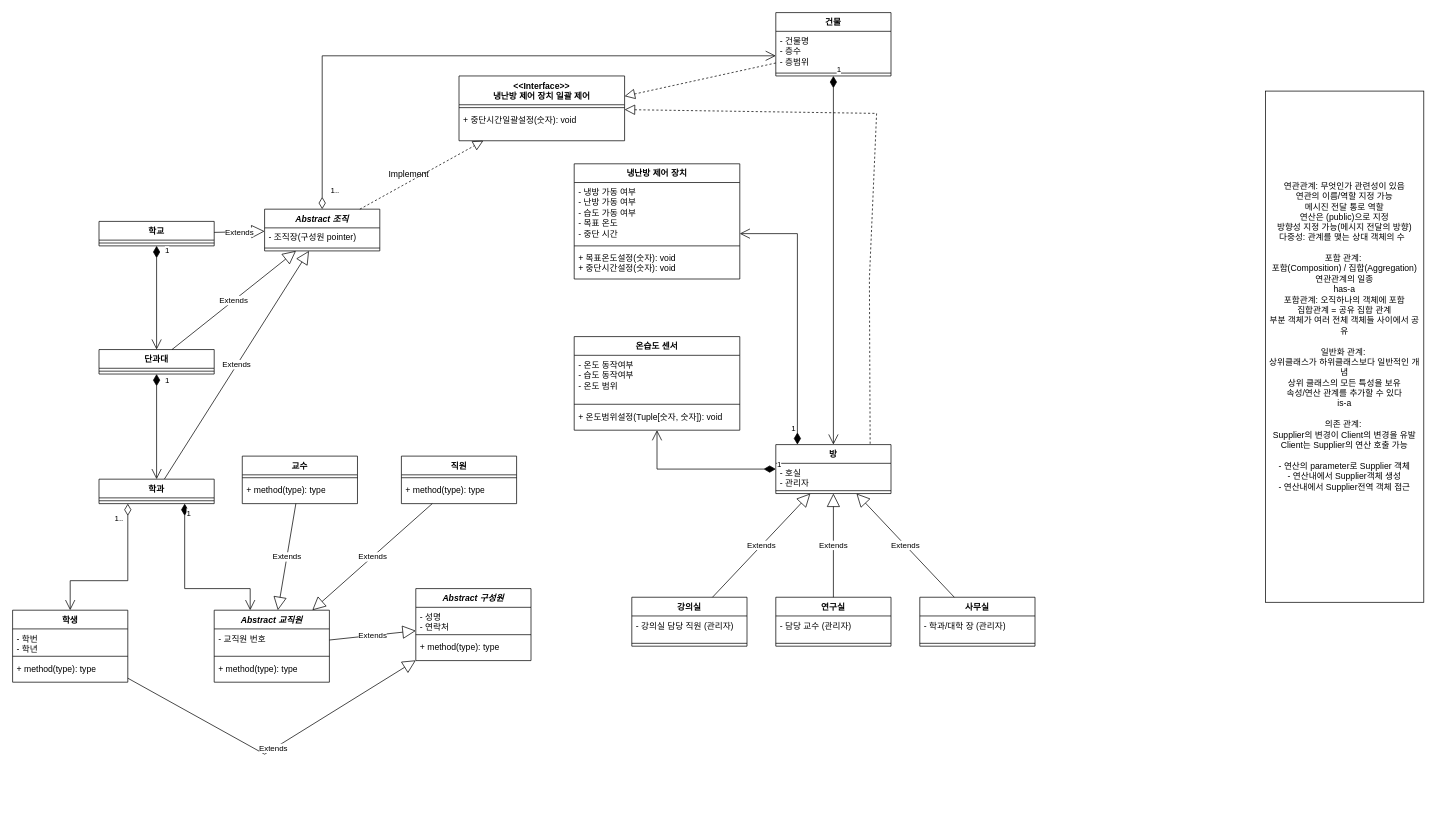
Huch0/draw-io keeps this draw.io diagram as class-diagram.drawio. Above is the earlier version. Source tidied: cells renumbered, new cells numbered last; positions are measured from the earlier drawing's top-left corner, leaving out a move shared by most shapes. Both pictures are drawn from the tidied source at 72%, with x=0, y=0 at pixel (12, 12).
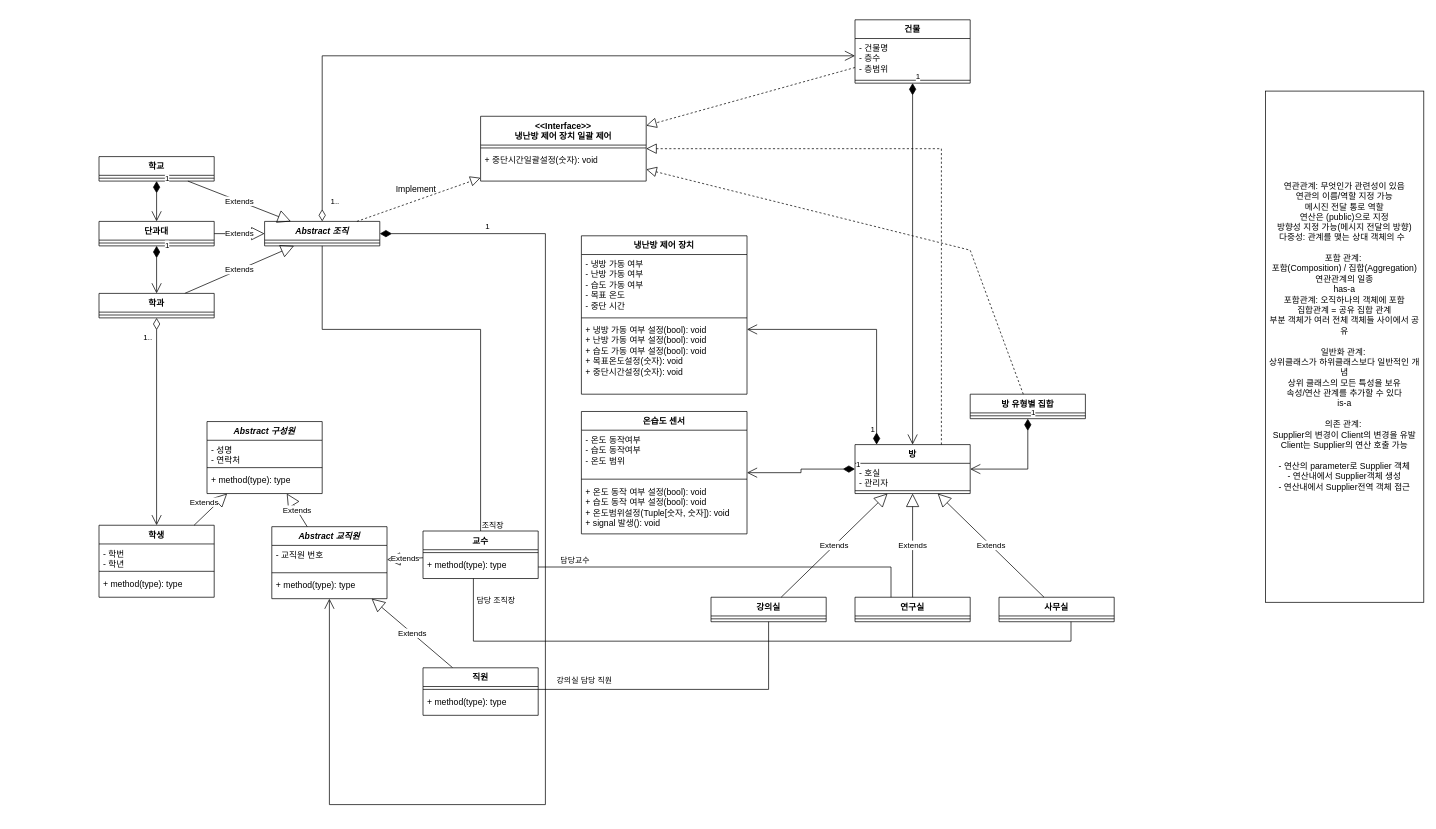
The same page after the edit.

Change to the diagram source:
```diff
@@
     <mxCell id="3" value="방" style="swimlane;fontStyle=1;align=center;verticalAlign=top;horizontal=1;startSize=26;whiteSpace=wrap;html=1;" parent="1" vertex="1">
-      <mxGeometry x="1060" y="600" width="160" height="68" as="geometry" />
+      <mxGeometry x="1170" y="600" width="160" height="68" as="geometry" />
     </mxCell>
@@
     <mxCell id="6" value="강의실" style="swimlane;fontStyle=1;align=center;verticalAlign=top;horizontal=1;startSize=26;whiteSpace=wrap;html=1;" parent="1" vertex="1">
-      <mxGeometry x="860" y="812" width="160" height="68" as="geometry" />
+      <mxGeometry x="970" y="812" width="160" height="34" as="geometry" />
     </mxCell>
-    <mxCell id="7" value="- 강의실 담당 직원 (관리자)" style="text;strokeColor=none;fillColor=none;align=left;verticalAlign=top;spacingLeft=4;spacingRight=4;overflow=hidden;whiteSpace=wrap;html=1;" parent="6" vertex="1">
-      <mxGeometry y="26" width="160" height="34" as="geometry" />
-    </mxCell>
     <mxCell id="8" style="line;strokeWidth=1;fillColor=none;align=left;verticalAlign=middle;spacingTop=-1;spacingLeft=3;spacingRight=3;labelPosition=right;strokeColor=inherit;" parent="6" vertex="1">
-      <mxGeometry y="60" width="160" height="8" as="geometry" />
+      <mxGeometry y="26" width="160" height="8" as="geometry" />
     </mxCell>
     <mxCell id="9" value="연구실" style="swimlane;fontStyle=1;align=center;verticalAlign=top;horizontal=1;startSize=26;whiteSpace=wrap;html=1;" parent="1" vertex="1">
-      <mxGeometry x="1060" y="812" width="160" height="68" as="geometry" />
+      <mxGeometry x="1170" y="812" width="160" height="34" as="geometry" />
     </mxCell>
-    <mxCell id="10" value="- 담당 교수 (관리자)" style="text;strokeColor=none;fillColor=none;align=left;verticalAlign=top;spacingLeft=4;spacingRight=4;overflow=hidden;whiteSpace=wrap;html=1;" parent="9" vertex="1">
-      <mxGeometry y="26" width="160" height="34" as="geometry" />
-    </mxCell>
     <mxCell id="11" style="line;strokeWidth=1;fillColor=none;align=left;verticalAlign=middle;spacingTop=-1;spacingLeft=3;spacingRight=3;labelPosition=right;strokeColor=inherit;" parent="9" vertex="1">
-      <mxGeometry y="60" width="160" height="8" as="geometry" />
+      <mxGeometry y="26" width="160" height="8" as="geometry" />
     </mxCell>
     <mxCell id="12" value="사무실" style="swimlane;fontStyle=1;align=center;verticalAlign=top;horizontal=1;startSize=26;whiteSpace=wrap;html=1;" parent="1" vertex="1">
-      <mxGeometry x="1260" y="812" width="160" height="68" as="geometry" />
+      <mxGeometry x="1370" y="812" width="160" height="34" as="geometry" />
     </mxCell>
-    <mxCell id="13" value="- 학과/대학 장 (관리자)" style="text;strokeColor=none;fillColor=none;align=left;verticalAlign=top;spacingLeft=4;spacingRight=4;overflow=hidden;whiteSpace=wrap;html=1;" parent="12" vertex="1">
-      <mxGeometry y="26" width="160" height="34" as="geometry" />
-    </mxCell>
     <mxCell id="14" style="line;strokeWidth=1;fillColor=none;align=left;verticalAlign=middle;spacingTop=-1;spacingLeft=3;spacingRight=3;labelPosition=right;strokeColor=inherit;" parent="12" vertex="1">
-      <mxGeometry y="60" width="160" height="8" as="geometry" />
+      <mxGeometry y="26" width="160" height="8" as="geometry" />
     </mxCell>
@@
     <mxCell id="18" value="&lt;i&gt;Abstract 조직&lt;/i&gt;" style="swimlane;fontStyle=1;align=center;verticalAlign=top;horizontal=1;startSize=26;whiteSpace=wrap;html=1;" parent="1" vertex="1">
-      <mxGeometry x="350" y="273" width="160" height="58" as="geometry" />
+      <mxGeometry x="350" y="290" width="160" height="34" as="geometry" />
     </mxCell>
-    <mxCell id="19" value="- 조직장(구성원 pointer)" style="text;strokeColor=none;fillColor=none;align=left;verticalAlign=top;spacingLeft=4;spacingRight=4;overflow=hidden;whiteSpace=wrap;html=1;" parent="18" vertex="1">
-      <mxGeometry y="26" width="160" height="24" as="geometry" />
-    </mxCell>
     <mxCell id="20" style="line;strokeWidth=1;fillColor=none;align=left;verticalAlign=middle;spacingTop=-1;spacingLeft=3;spacingRight=3;labelPosition=right;strokeColor=inherit;" parent="18" vertex="1">
-      <mxGeometry y="50" width="160" height="8" as="geometry" />
+      <mxGeometry y="26" width="160" height="8" as="geometry" />
     </mxCell>
     <mxCell id="21" value="학교" style="swimlane;fontStyle=1;align=center;verticalAlign=top;horizontal=1;startSize=26;whiteSpace=wrap;html=1;" parent="1" vertex="1">
-      <mxGeometry x="120" y="290" width="160" height="34" as="geometry" />
+      <mxGeometry x="120" y="200" width="160" height="34" as="geometry" />
     </mxCell>
@@
     <mxCell id="23" value="단과대" style="swimlane;fontStyle=1;align=center;verticalAlign=top;horizontal=1;startSize=26;whiteSpace=wrap;html=1;" parent="1" vertex="1">
-      <mxGeometry x="120" y="468" width="160" height="34" as="geometry" />
+      <mxGeometry x="120" y="290" width="160" height="34" as="geometry" />
     </mxCell>
@@
     <mxCell id="26" value="학과" style="swimlane;fontStyle=1;align=center;verticalAlign=top;horizontal=1;startSize=26;whiteSpace=wrap;html=1;" parent="1" vertex="1">
-      <mxGeometry x="120" y="648" width="160" height="34" as="geometry" />
+      <mxGeometry x="120" y="390" width="160" height="34" as="geometry" />
     </mxCell>
@@
     <mxCell id="32" value="&lt;i&gt;Abstract 구성원&lt;/i&gt;" style="swimlane;fontStyle=1;align=center;verticalAlign=top;horizontal=1;startSize=26;whiteSpace=wrap;html=1;" parent="1" vertex="1">
-      <mxGeometry x="560" y="800" width="160" height="100" as="geometry" />
+      <mxGeometry x="270" y="568" width="160" height="100" as="geometry" />
     </mxCell>
@@
     <mxCell id="36" value="학생" style="swimlane;fontStyle=1;align=center;verticalAlign=top;horizontal=1;startSize=26;whiteSpace=wrap;html=1;" parent="1" vertex="1">
-      <mxGeometry y="830" width="160" height="100" as="geometry" />
+      <mxGeometry x="120" y="712" width="160" height="100" as="geometry" />
     </mxCell>
@@
     <mxCell id="40" value="&lt;i&gt;Abstract 교직원&lt;/i&gt;" style="swimlane;fontStyle=1;align=center;verticalAlign=top;horizontal=1;startSize=26;whiteSpace=wrap;html=1;" parent="1" vertex="1">
-      <mxGeometry x="280" y="830" width="160" height="100" as="geometry" />
+      <mxGeometry x="360" y="714" width="160" height="100" as="geometry" />
     </mxCell>
@@
     <mxCell id="45" value="Extends" style="endArrow=block;endSize=16;endFill=0;html=1;rounded=0;" parent="1" edge="1" source="36" target="32">
-      <mxGeometry relative="1" as="geometry">
-        <Array as="points">
-          <mxPoint x="350" y="1030" />
-        </Array>
-      </mxGeometry>
+      <mxGeometry x="0.01" y="13" relative="1" as="geometry" />
     </mxCell>
     <mxCell id="46" value="교수" style="swimlane;fontStyle=1;align=center;verticalAlign=top;horizontal=1;startSize=26;whiteSpace=wrap;html=1;" parent="1" vertex="1">
-      <mxGeometry x="319" y="616" width="160" height="66" as="geometry" />
+      <mxGeometry x="570" y="720" width="160" height="66" as="geometry" />
     </mxCell>
@@
     <mxCell id="49" value="직원" style="swimlane;fontStyle=1;align=center;verticalAlign=top;horizontal=1;startSize=26;whiteSpace=wrap;html=1;" parent="1" vertex="1">
-      <mxGeometry x="540" y="616" width="160" height="66" as="geometry" />
+      <mxGeometry x="570" y="910" width="160" height="66" as="geometry" />
     </mxCell>
@@
-    <mxCell id="54" value="1" style="endArrow=open;html=1;endSize=12;startArrow=diamondThin;startSize=14;startFill=1;edgeStyle=orthogonalEdgeStyle;align=left;verticalAlign=bottom;rounded=0;" parent="1" edge="1" source="26" target="40">
+    <mxCell id="54" value="1" style="endArrow=open;html=1;endSize=12;startArrow=diamondThin;startSize=14;startFill=1;edgeStyle=orthogonalEdgeStyle;align=left;verticalAlign=bottom;rounded=0;" parent="1" edge="1" source="18" target="40">
       <mxGeometry x="-0.82" y="1" relative="1" as="geometry">
         <Array as="points">
-          <mxPoint x="239" y="800" />
-          <mxPoint x="330" y="800" />
+          <mxPoint x="740" y="307" />
+          <mxPoint x="740" y="1100" />
         </Array>
       </mxGeometry>
     </mxCell>
     <mxCell id="55" value="건물" style="swimlane;fontStyle=1;align=center;verticalAlign=top;horizontal=1;startSize=26;whiteSpace=wrap;html=1;" parent="1" vertex="1">
-      <mxGeometry x="1060" width="160" height="88" as="geometry" />
+      <mxGeometry x="1170" y="10" width="160" height="88" as="geometry" />
     </mxCell>
@@
     <mxCell id="59" value="1.." style="endArrow=open;html=1;endSize=12;startArrow=diamondThin;startSize=14;startFill=0;edgeStyle=orthogonalEdgeStyle;align=left;verticalAlign=bottom;rounded=0;" parent="1" edge="1" source="26" target="36">
       <mxGeometry x="-0.75" y="-20" relative="1" as="geometry">
         <Array as="points">
-          <mxPoint x="160" y="789" />
-          <mxPoint x="80" y="789" />
+          <mxPoint x="160" y="810" />
+          <mxPoint x="160" y="810" />
         </Array>
       </mxGeometry>
     </mxCell>
     <mxCell id="60" value="온습도 센서" style="swimlane;fontStyle=1;align=center;verticalAlign=top;horizontal=1;startSize=26;whiteSpace=wrap;html=1;" parent="1" vertex="1">
-      <mxGeometry x="780" y="450" width="230" height="130" as="geometry" />
+      <mxGeometry x="790" y="554" width="230" height="170" as="geometry" />
     </mxCell>
@@
-    <mxCell id="63" value="+ 온도범위설정(Tuple[숫자, 숫자]): void&lt;div&gt;&lt;br&gt;&lt;/div&gt;" style="text;strokeColor=none;fillColor=none;align=left;verticalAlign=top;spacingLeft=4;spacingRight=4;overflow=hidden;whiteSpace=wrap;html=1;" parent="60" vertex="1">
-      <mxGeometry y="98" width="230" height="32" as="geometry" />
+    <mxCell id="63" value="&lt;div&gt;+ 온도 동작 여부 설정(bool): void&lt;/div&gt;&lt;div&gt;+ 습도 동작 여부 설정(bool): void&lt;/div&gt;+ 온도범위설정(Tuple[숫자, 숫자]): void&lt;div&gt;+ signal 발생(): void&lt;/div&gt;" style="text;strokeColor=none;fillColor=none;align=left;verticalAlign=top;spacingLeft=4;spacingRight=4;overflow=hidden;whiteSpace=wrap;html=1;" parent="60" vertex="1">
+      <mxGeometry y="98" width="230" height="72" as="geometry" />
     </mxCell>
     <mxCell id="64" value="냉난방 제어 장치" style="swimlane;fontStyle=1;align=center;verticalAlign=top;horizontal=1;startSize=26;whiteSpace=wrap;html=1;" parent="1" vertex="1">
-      <mxGeometry x="780" y="210" width="230" height="160" as="geometry" />
+      <mxGeometry x="790" y="310" width="230" height="220" as="geometry" />
     </mxCell>
@@
-    <mxCell id="67" value="&lt;div&gt;+ 목표온도설정(숫자): void&lt;/div&gt;&lt;div&gt;+ 중단시간설정(숫자): void&lt;/div&gt;" style="text;strokeColor=none;fillColor=none;align=left;verticalAlign=top;spacingLeft=4;spacingRight=4;overflow=hidden;whiteSpace=wrap;html=1;" parent="64" vertex="1">
-      <mxGeometry y="118" width="230" height="42" as="geometry" />
+    <mxCell id="67" value="&lt;div&gt;+ 냉방 가동 여부 설정(bool): void&lt;/div&gt;&lt;div&gt;+ 난방 가동 여부 설정(bool): void&lt;/div&gt;&lt;div&gt;+ 습도 가동 여부 설정(bool): void&lt;br&gt;&lt;/div&gt;&lt;div&gt;+ 목표온도설정(숫자): void&lt;br&gt;&lt;/div&gt;&lt;div&gt;+ 중단시간설정(숫자): void&lt;/div&gt;" style="text;strokeColor=none;fillColor=none;align=left;verticalAlign=top;spacingLeft=4;spacingRight=4;overflow=hidden;whiteSpace=wrap;html=1;" parent="64" vertex="1">
+      <mxGeometry y="118" width="230" height="102" as="geometry" />
     </mxCell>
@@
     <mxCell id="69" value="1" style="endArrow=open;html=1;endSize=12;startArrow=diamondThin;startSize=14;startFill=1;edgeStyle=orthogonalEdgeStyle;align=left;verticalAlign=bottom;rounded=0;" parent="1" edge="1" target="64">
       <mxGeometry x="-0.93" y="10" relative="1" as="geometry">
-        <mxPoint x="1090" y="600" as="sourcePoint" />
+        <mxPoint x="1200" y="600" as="sourcePoint" />
         <Array as="points">
-          <mxPoint x="1090" y="307" />
+          <mxPoint x="1200" y="440" />
         </Array>
       </mxGeometry>
     </mxCell>
@@
     <mxCell id="71" value="&amp;lt;&amp;lt;Interface&amp;gt;&amp;gt;&lt;div&gt;냉난방 제어 장치 일괄 제어&lt;/div&gt;" style="swimlane;fontStyle=1;align=center;verticalAlign=top;horizontal=1;startSize=40;whiteSpace=wrap;html=1;" parent="1" vertex="1">
-      <mxGeometry x="620" y="88" width="230" height="90" as="geometry" />
+      <mxGeometry x="650" y="144" width="230" height="90" as="geometry" />
     </mxCell>
@@
     <mxCell id="75" value="Implement" style="text;html=1;align=center;verticalAlign=middle;strokeColor=none;fillColor=none;" parent="1" vertex="1">
-      <mxGeometry x="510" y="210" width="80" height="30" as="geometry" />
+      <mxGeometry x="520" y="230" width="80" height="30" as="geometry" />
     </mxCell>
-    <mxCell id="76" style="endArrow=block;dashed=1;endFill=0;endSize=12;html=1;rounded=0;" parent="1" edge="1">
-      <mxGeometry relative="1" as="geometry">
-        <mxPoint x="1060" y="70" as="sourcePoint" />
-        <mxPoint x="850" y="116.1" as="targetPoint" />
-      </mxGeometry>
+    <mxCell id="76" style="endArrow=block;dashed=1;endFill=0;endSize=12;html=1;rounded=0;" parent="1" edge="1" source="55" target="71">
+      <mxGeometry relative="1" as="geometry" />
     </mxCell>
-    <mxCell id="77" style="endArrow=block;dashed=1;endFill=0;endSize=12;html=1;rounded=0;exitX=0.819;exitY=-0.017;exitDx=0;exitDy=0;exitPerimeter=0;" parent="1" edge="1" source="3" target="71">
-      <mxGeometry relative="1" as="geometry">
-        <Array as="points">
-          <mxPoint x="1190" y="370" />
-          <mxPoint x="1200" y="140" />
-        </Array>
-      </mxGeometry>
-    </mxCell>
+    <mxCell id="78" value="방 유형별 집합" style="swimlane;fontStyle=1;align=center;verticalAlign=top;horizontal=1;startSize=26;whiteSpace=wrap;html=1;" parent="1" vertex="1">
+      <mxGeometry x="1330" y="530" width="160" height="34" as="geometry" />
+    </mxCell>
+    <mxCell id="79" style="line;strokeWidth=1;fillColor=none;align=left;verticalAlign=middle;spacingTop=-1;spacingLeft=3;spacingRight=3;labelPosition=right;strokeColor=inherit;" parent="78" vertex="1">
+      <mxGeometry y="26" width="160" height="8" as="geometry" />
+    </mxCell>
+    <mxCell id="80" style="endArrow=none;html=1;edgeStyle=orthogonalEdgeStyle;rounded=0;" parent="1" edge="1" source="46" target="18">
+      <mxGeometry relative="1" as="geometry">
+        <Array as="points">
+          <mxPoint x="650" y="440" />
+          <mxPoint x="430" y="440" />
+        </Array>
+      </mxGeometry>
+    </mxCell>
+    <mxCell id="81" value="조직장" style="edgeLabel;html=1;align=left;verticalAlign=bottom;" parent="80" vertex="1">
+      <mxGeometry x="-1" relative="1" as="geometry" />
+    </mxCell>
+    <mxCell id="82" style="endArrow=none;html=1;edgeStyle=orthogonalEdgeStyle;rounded=0;" parent="1" edge="1" source="6" target="49">
+      <mxGeometry relative="1" as="geometry">
+        <Array as="points">
+          <mxPoint x="1050" y="940" />
+        </Array>
+      </mxGeometry>
+    </mxCell>
+    <mxCell id="83" value="강의실 담당 직원" style="edgeLabel;html=1;align=center;verticalAlign=middle;" parent="82" vertex="1">
+      <mxGeometry x="0.88" y="-1" relative="1" as="geometry">
+        <mxPoint x="38" y="-12" as="offset" />
+      </mxGeometry>
+    </mxCell>
+    <mxCell id="84" style="endArrow=none;html=1;edgeStyle=orthogonalEdgeStyle;rounded=0;" parent="1" edge="1" source="9" target="46">
+      <mxGeometry relative="1" as="geometry">
+        <Array as="points">
+          <mxPoint x="1220" y="770" />
+        </Array>
+      </mxGeometry>
+    </mxCell>
+    <mxCell id="85" value="담당교수" style="edgeLabel;html=1;align=center;verticalAlign=middle;" parent="84" vertex="1">
+      <mxGeometry x="0.88" y="-1" relative="1" as="geometry">
+        <mxPoint x="18" y="-9" as="offset" />
+      </mxGeometry>
+    </mxCell>
+    <mxCell id="86" style="endArrow=none;html=1;edgeStyle=orthogonalEdgeStyle;rounded=0;" parent="1" edge="1" source="12" target="46">
+      <mxGeometry relative="1" as="geometry">
+        <Array as="points">
+          <mxPoint x="1470" y="873" />
+          <mxPoint x="640" y="873" />
+        </Array>
+      </mxGeometry>
+    </mxCell>
+    <mxCell id="87" value="담당 조직장" style="edgeLabel;html=1;align=center;verticalAlign=middle;" parent="86" vertex="1">
+      <mxGeometry x="0.88" y="-1" relative="1" as="geometry">
+        <mxPoint x="29" y="-28" as="offset" />
+      </mxGeometry>
+    </mxCell>
+    <mxCell id="88" style="endArrow=block;dashed=1;endFill=0;endSize=12;html=1;rounded=0;" parent="1" edge="1" target="71">
+      <mxGeometry relative="1" as="geometry">
+        <mxPoint x="1290" y="600" as="sourcePoint" />
+        <Array as="points">
+          <mxPoint x="1290" y="189" />
+        </Array>
+      </mxGeometry>
+    </mxCell>
+    <mxCell id="89" value="1" style="endArrow=open;html=1;endSize=12;startArrow=diamondThin;startSize=14;startFill=1;edgeStyle=orthogonalEdgeStyle;align=left;verticalAlign=bottom;rounded=0;" parent="1" edge="1" source="78" target="3">
+      <mxGeometry x="-1" y="3" relative="1" as="geometry">
+        <Array as="points">
+          <mxPoint x="1410" y="634" />
+        </Array>
+      </mxGeometry>
+    </mxCell>
+    <mxCell id="90" style="endArrow=block;dashed=1;endFill=0;endSize=12;html=1;rounded=0;" parent="1" edge="1" source="78" target="71">
+      <mxGeometry relative="1" as="geometry">
+        <Array as="points">
+          <mxPoint x="1330" y="330" />
+        </Array>
+      </mxGeometry>
+    </mxCell>
```
